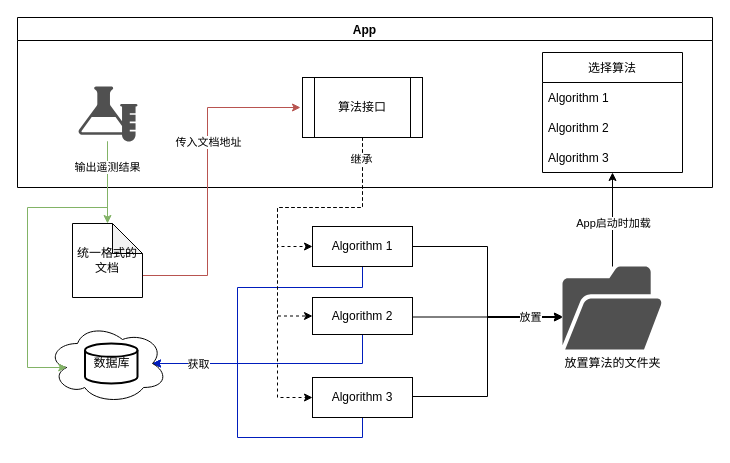
Before: Draw/ATS/Aligothm.drawio in huangjia2107/DrawOnline, a draw.io diagram. Source tidied: cells renumbered, new cells numbered last; positions are measured from the earlier drawing's top-left corner, leaving out a move shared by most shapes. Both pictures are drawn from the tidied source at 100%, with x=0, y=0 at pixel (17, 17).
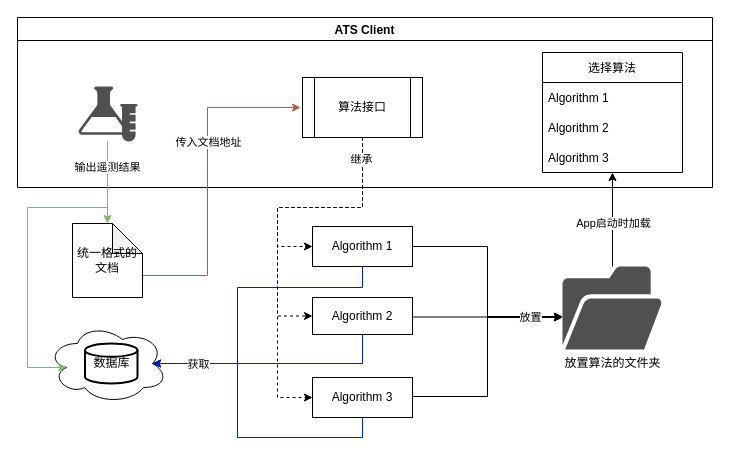
After the change.

Change to the diagram source:
```diff
@@
-    <mxCell id="2" value="App" style="swimlane;" parent="1" vertex="1">
+    <mxCell id="2" value="ATS Client" style="swimlane;" parent="1" vertex="1">
       <mxGeometry width="695" height="170" as="geometry" />
     </mxCell>
```
